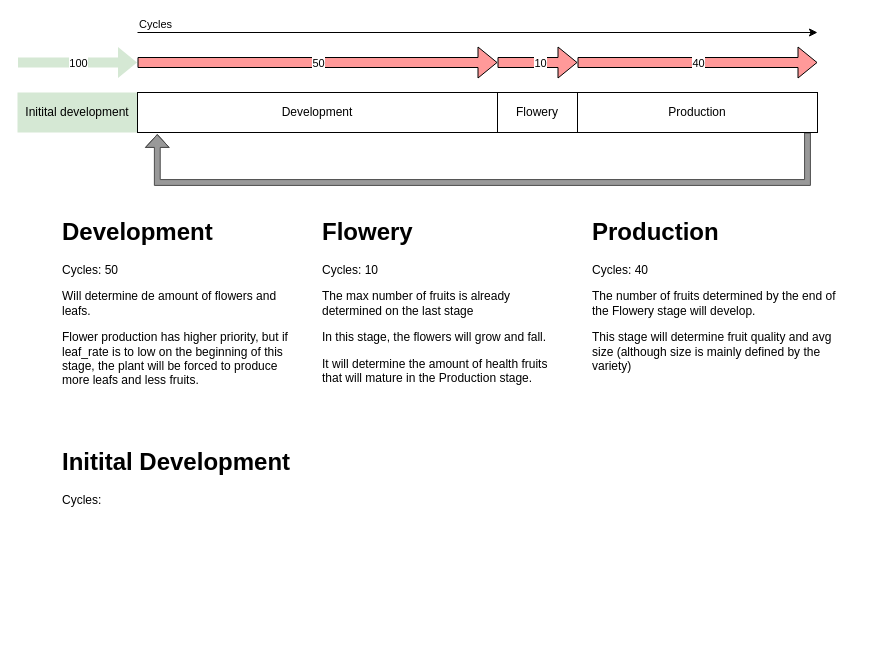
Before: page "life-cycle" (2 of 2) of farmer.drawio in nilold/farmer-game, a draw.io diagram. Source tidied: cells renumbered, new cells numbered last; positions are measured from the earlier drawing's top-left corner, leaving out a move shared by most shapes. Both pictures are drawn from the tidied source at 100%, with x=0, y=0 at pixel (17, 32).
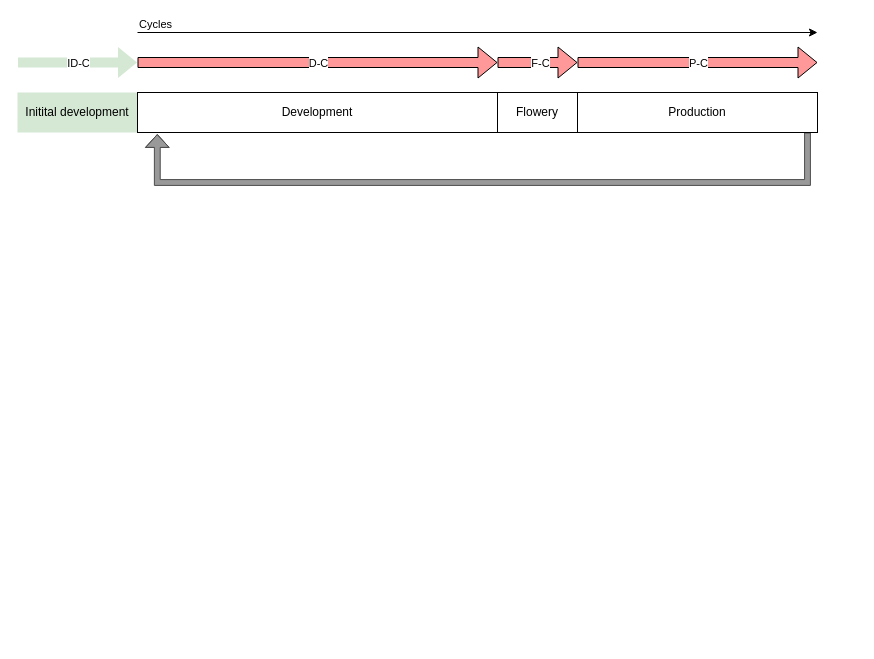
Above is the later version.

Commit message (it also covers changes not shown here):
updates coffee lifecycle diagram

The change refers to these unchanged cells:
```xml
<mxCell id="10" style="endArrow=classic;html=1;shape=flexArrow;fillColor=#D5E8D4;strokeColor=none;" parent="1" edge="1">
  <mxGeometry relative="1" as="geometry">
    <mxPoint y="30" as="sourcePoint" />
    <mxPoint x="120" y="30" as="targetPoint" />
  </mxGeometry>
</mxCell>
<mxCell id="12" style="endArrow=classic;html=1;shape=flexArrow;fillColor=#FF9999;" parent="1" edge="1">
  <mxGeometry relative="1" as="geometry">
    <mxPoint x="120" y="30" as="sourcePoint" />
    <mxPoint x="480" y="30" as="targetPoint" />
  </mxGeometry>
</mxCell>
<mxCell id="14" style="endArrow=classic;html=1;shape=flexArrow;fillColor=#FF9999;" parent="1" edge="1">
  <mxGeometry relative="1" as="geometry">
    <mxPoint x="480" y="30" as="sourcePoint" />
    <mxPoint x="560" y="30" as="targetPoint" />
  </mxGeometry>
</mxCell>
<mxCell id="16" style="endArrow=classic;html=1;shape=flexArrow;fillColor=#FF9999;" parent="1" edge="1">
  <mxGeometry relative="1" as="geometry">
    <mxPoint x="560" y="30" as="sourcePoint" />
    <mxPoint x="800" y="30" as="targetPoint" />
  </mxGeometry>
</mxCell>
```

Change to the diagram source:
```diff
@@
-    <mxCell id="7" value="&lt;h1&gt;Initital Development&lt;/h1&gt;&lt;p&gt;Cycles:&amp;nbsp;&lt;/p&gt;" style="text;html=1;strokeColor=none;fillColor=none;spacing=5;spacingTop=-20;whiteSpace=wrap;overflow=hidden;rounded=0;" parent="1" vertex="1">
-      <mxGeometry x="40" y="410" width="300" height="200" as="geometry" />
-    </mxCell>
@@
-    <mxCell id="11" value="100" style="edgeLabel;html=1;align=center;verticalAlign=middle;" parent="10" vertex="1">
+    <mxCell id="11" value="ID-C" style="edgeLabel;html=1;align=center;verticalAlign=middle;" parent="10" vertex="1">
       <mxGeometry relative="1" as="geometry" />
     </mxCell>
@@
-    <mxCell id="13" value="50" style="edgeLabel;html=1;align=center;verticalAlign=middle;" parent="12" vertex="1">
+    <mxCell id="13" value="D-C" style="edgeLabel;html=1;align=center;verticalAlign=middle;" parent="12" vertex="1">
       <mxGeometry relative="1" as="geometry" />
     </mxCell>
@@
-    <mxCell id="15" value="10" style="edgeLabel;html=1;align=center;verticalAlign=middle;" parent="14" vertex="1">
+    <mxCell id="15" value="F-C" style="edgeLabel;html=1;align=center;verticalAlign=middle;" parent="14" vertex="1">
       <mxGeometry x="0.05" relative="1" as="geometry" />
     </mxCell>
@@
-    <mxCell id="17" value="40" style="edgeLabel;html=1;align=center;verticalAlign=middle;" parent="16" vertex="1">
+    <mxCell id="17" value="P-C" style="edgeLabel;html=1;align=center;verticalAlign=middle;" parent="16" vertex="1">
       <mxGeometry relative="1" as="geometry" />
     </mxCell>
-    <mxCell id="18" value="&lt;h1&gt;Development&lt;/h1&gt;&lt;p&gt;Cycles: 50&lt;/p&gt;&lt;p&gt;Will determine de amount of flowers and leafs.&lt;/p&gt;&lt;p&gt;Flower production has higher priority, but if leaf_rate is to low on the beginning of this stage, the plant will be forced to produce more leafs and less fruits.&lt;/p&gt;&lt;p&gt;&lt;br&gt;&lt;/p&gt;" style="text;html=1;strokeColor=none;fillColor=none;spacing=5;spacingTop=-20;whiteSpace=wrap;overflow=hidden;rounded=0;" parent="1" vertex="1">
-      <mxGeometry x="40" y="180" width="250" height="190" as="geometry" />
-    </mxCell>
-    <mxCell id="19" value="&lt;h1&gt;Flowery&lt;/h1&gt;&lt;p&gt;Cycles: 10&lt;/p&gt;&lt;p&gt;The max number of fruits is already determined on the last stage&lt;/p&gt;&lt;p&gt;In this stage, the flowers will grow and fall.&lt;/p&gt;&lt;p&gt;It will determine the amount of health fruits that will mature in the Production stage.&lt;/p&gt;" style="text;html=1;strokeColor=none;fillColor=none;spacing=5;spacingTop=-20;whiteSpace=wrap;overflow=hidden;rounded=0;" parent="1" vertex="1">
-      <mxGeometry x="300" y="180" width="240" height="360" as="geometry" />
-    </mxCell>
-    <mxCell id="20" value="&lt;h1&gt;Production&lt;/h1&gt;&lt;p&gt;Cycles: 40&lt;/p&gt;&lt;p&gt;The number of fruits determined by the end of the Flowery stage will develop.&lt;/p&gt;&lt;p&gt;This stage will determine fruit quality and avg size (although size is mainly defined by the variety)&lt;/p&gt;" style="text;html=1;strokeColor=none;fillColor=none;spacing=5;spacingTop=-20;whiteSpace=wrap;overflow=hidden;rounded=0;" parent="1" vertex="1">
-      <mxGeometry x="570" y="180" width="270" height="340" as="geometry" />
-    </mxCell>
```
